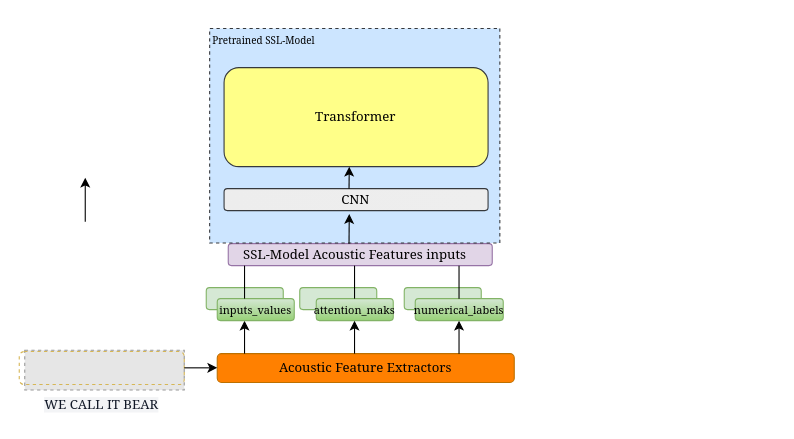
papasega/Applied-Deep-Learning keeps this draw.io diagram as Diagramme sans nom.drawio. Above is the earlier version. Source tidied: cells renumbered, new cells numbered last; positions are measured from the earlier drawing's top-left corner, leaving out a move shared by most shapes. Both pictures are drawn from the tidied source at 110%, with x=0, y=0 at pixel (19, -10). Pictures stored in the file or linked from it are replaced by grey dashed boxes.
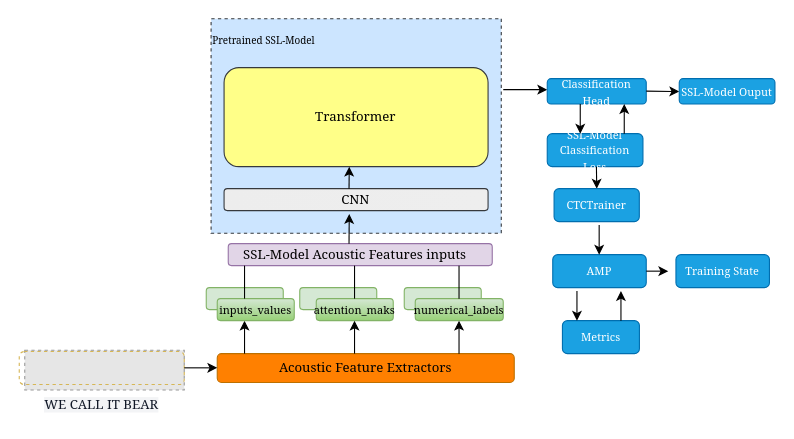
After the change.

Commit message (it also covers changes not shown here):
Mettre à jour Diagramme sans nom.drawio

The edit, as a diff of the source:
```diff
@@
     <mxCell id="20" style="rounded=0;whiteSpace=wrap;html=1;rotation=90;fillColor=#cce5ff;dashed=1;strokeColor=#36393d;" parent="1" vertex="1">
-      <mxGeometry x="207.5" width="195" height="263.8" as="geometry" />
+      <mxGeometry x="208.8" y="-8.8" width="195" height="263.8" as="geometry" />
     </mxCell>
@@
     <mxCell id="26" style="endArrow=classic;html=1;rounded=0;" parent="1" edge="1">
       <mxGeometry relative="1" as="geometry">
-        <mxPoint x="60" y="210" as="sourcePoint" />
-        <mxPoint x="60" y="170" as="targetPoint" />
+        <mxPoint x="440" y="90" as="sourcePoint" />
+        <mxPoint x="480" y="90" as="targetPoint" />
       </mxGeometry>
     </mxCell>
+    <mxCell id="27" value="&lt;font face=&quot;Georgia&quot; style=&quot;font-size: 10px;&quot;&gt;Classification Head&lt;/font&gt;" style="rounded=1;whiteSpace=wrap;html=1;fillColor=#1ba1e2;fontColor=#ffffff;strokeColor=#006EAF;" parent="1" vertex="1">
+      <mxGeometry x="480" y="80" width="90" height="23.1" as="geometry" />
+    </mxCell>
+    <mxCell id="28" style="endArrow=classic;html=1;rounded=0;" parent="1" edge="1">
+      <mxGeometry relative="1" as="geometry">
+        <mxPoint x="570" y="91.3" as="sourcePoint" />
+        <mxPoint x="600" y="91.7" as="targetPoint" />
+      </mxGeometry>
+    </mxCell>
+    <mxCell id="29" value="&lt;font face=&quot;Georgia&quot; style=&quot;font-size: 10px;&quot;&gt;SSL-Model Ouput&lt;/font&gt;" style="rounded=1;whiteSpace=wrap;html=1;fillColor=#1ba1e2;fontColor=#ffffff;strokeColor=#006EAF;" parent="1" vertex="1">
+      <mxGeometry x="600" y="80" width="87" height="23.1" as="geometry" />
+    </mxCell>
+    <mxCell id="30" value="&lt;font face=&quot;Georgia&quot; style=&quot;font-size: 10px;&quot;&gt;SSL-Model Classification Loss&lt;/font&gt;" style="rounded=1;whiteSpace=wrap;html=1;fillColor=#1ba1e2;fontColor=#ffffff;strokeColor=#006EAF;" parent="1" vertex="1">
+      <mxGeometry x="480" y="130" width="87" height="30" as="geometry" />
+    </mxCell>
+    <mxCell id="31" style="endArrow=classic;html=1;rounded=0;" parent="1" edge="1">
+      <mxGeometry relative="1" as="geometry">
+        <mxPoint x="510" y="103.1" as="sourcePoint" />
+        <mxPoint x="510" y="130" as="targetPoint" />
+      </mxGeometry>
+    </mxCell>
+    <mxCell id="32" style="endArrow=classic;html=1;rounded=0;" parent="1" edge="1">
+      <mxGeometry relative="1" as="geometry">
+        <mxPoint x="550" y="130" as="sourcePoint" />
+        <mxPoint x="550" y="103.1" as="targetPoint" />
+      </mxGeometry>
+    </mxCell>
+    <mxCell id="33" style="endArrow=classic;html=1;rounded=0;" parent="1" edge="1">
+      <mxGeometry relative="1" as="geometry">
+        <mxPoint x="524.7" y="160" as="sourcePoint" />
+        <mxPoint x="525" y="180" as="targetPoint" />
+      </mxGeometry>
+    </mxCell>
+    <mxCell id="34" value="&lt;font style=&quot;font-size: 10px;&quot; face=&quot;Georgia&quot;&gt;AMP&lt;/font&gt;" style="rounded=1;whiteSpace=wrap;html=1;fillColor=#1ba1e2;fontColor=#ffffff;strokeColor=#006EAF;" parent="1" vertex="1">
+      <mxGeometry x="485" y="240" width="85" height="30" as="geometry" />
+    </mxCell>
+    <mxCell id="35" value="&lt;font face=&quot;Georgia&quot;&gt;&lt;span style=&quot;font-size: 10px;&quot;&gt;CTCTrainer&lt;/span&gt;&lt;/font&gt;" style="rounded=1;whiteSpace=wrap;html=1;fillColor=#1ba1e2;fontColor=#ffffff;strokeColor=#006EAF;" parent="1" vertex="1">
+      <mxGeometry x="486.2" y="180" width="77.5" height="30" as="geometry" />
+    </mxCell>
+    <mxCell id="36" value="&lt;font face=&quot;Georgia&quot; style=&quot;font-size: 10px;&quot;&gt;Metrics&lt;/font&gt;" style="rounded=1;whiteSpace=wrap;html=1;fillColor=#1ba1e2;fontColor=#ffffff;strokeColor=#006EAF;" parent="1" vertex="1">
+      <mxGeometry x="493.8" y="300" width="70" height="30" as="geometry" />
+    </mxCell>
+    <mxCell id="37" style="endArrow=classic;html=1;rounded=0;" parent="1" edge="1">
+      <mxGeometry relative="1" as="geometry">
+        <mxPoint x="507" y="273.1" as="sourcePoint" />
+        <mxPoint x="507" y="300" as="targetPoint" />
+      </mxGeometry>
+    </mxCell>
+    <mxCell id="38" value="&lt;font style=&quot;font-size: 10px;&quot; face=&quot;Georgia&quot;&gt;Training State&lt;/font&gt;" style="rounded=1;whiteSpace=wrap;html=1;fillColor=#1ba1e2;fontColor=#ffffff;strokeColor=#006EAF;" parent="1" vertex="1">
+      <mxGeometry x="597" y="240" width="85" height="30" as="geometry" />
+    </mxCell>
+    <mxCell id="39" style="endArrow=classic;html=1;rounded=0;" parent="1" edge="1">
+      <mxGeometry relative="1" as="geometry">
+        <mxPoint x="570" y="255" as="sourcePoint" />
+        <mxPoint x="590" y="255" as="targetPoint" />
+      </mxGeometry>
+    </mxCell>
+    <mxCell id="40" style="endArrow=classic;html=1;rounded=0;" parent="1" edge="1">
+      <mxGeometry relative="1" as="geometry">
+        <mxPoint x="547" y="300" as="sourcePoint" />
+        <mxPoint x="547" y="273.1" as="targetPoint" />
+      </mxGeometry>
+    </mxCell>
+    <mxCell id="41" style="endArrow=classic;html=1;rounded=0;" parent="1" edge="1">
+      <mxGeometry relative="1" as="geometry">
+        <mxPoint x="527.2" y="213.1" as="sourcePoint" />
+        <mxPoint x="527.2" y="240" as="targetPoint" />
+      </mxGeometry>
+    </mxCell>
```
